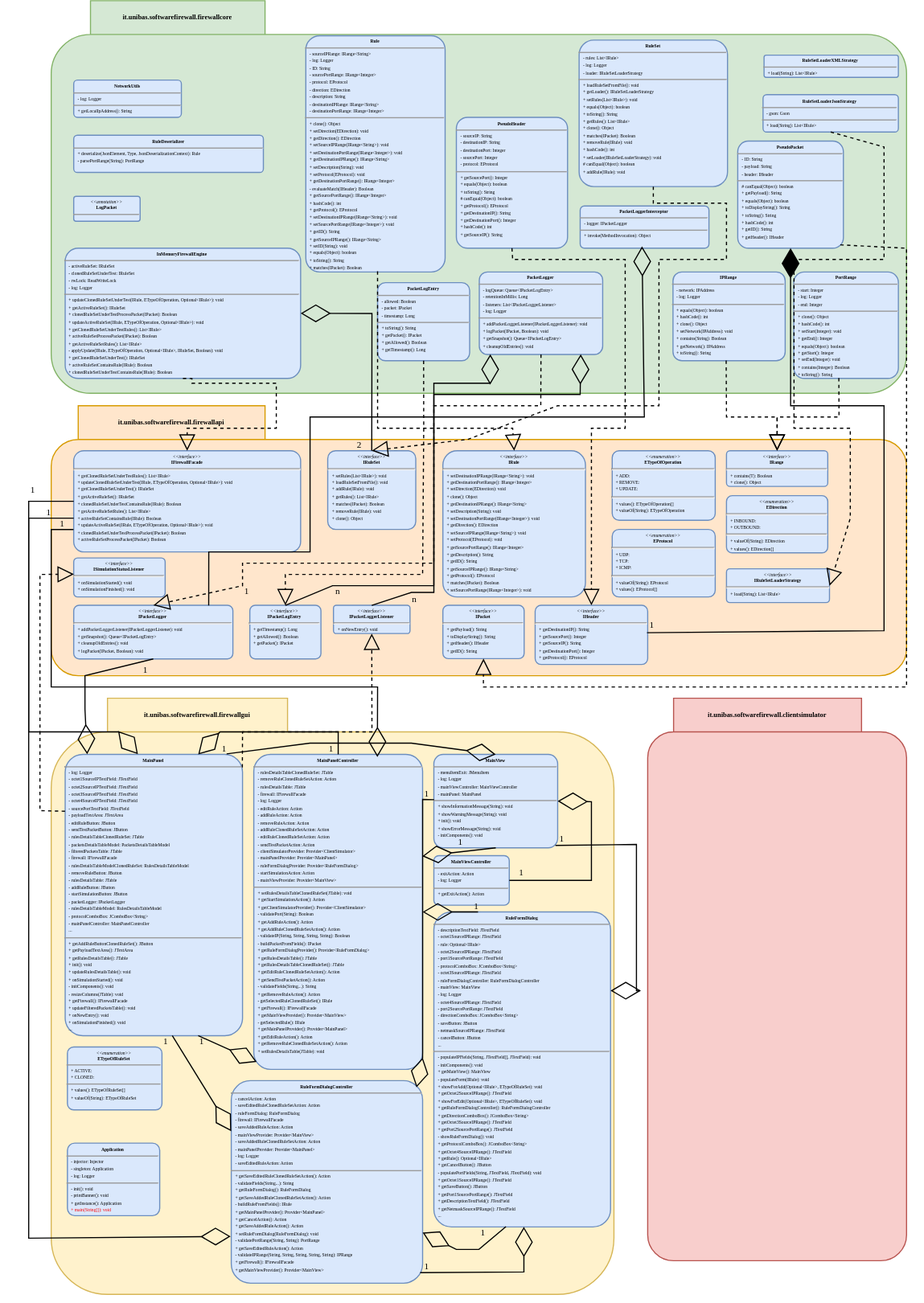
NabboGamer/ASFJ keeps this draw.io diagram as doc/UML/svg/ASFJ.drawio.svg. Above is the earlier version. Source tidied: cells renumbered, new cells last; positions are measured from the earlier drawing's top-left corner, leaving out a move shared by most shapes.
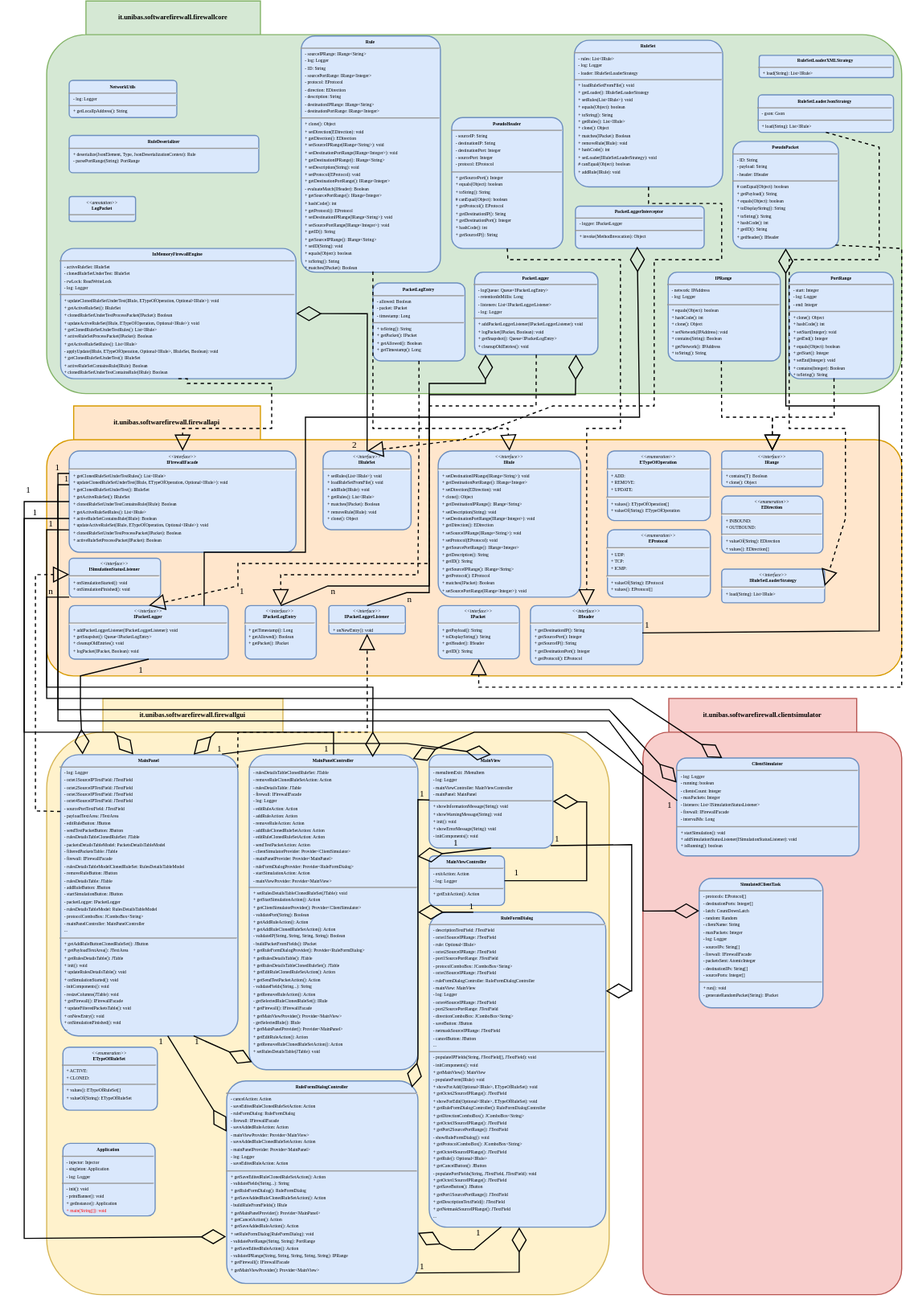
Later version of the same file.

Commit message:
αdocs: terminato diagramma delle classi

Diff of the diagram source:
```diff
@@ -71,4 +71,13 @@
     <mxCell id="24" value="&lt;div style=&quot;text-align: center;&quot;&gt;&lt;font face=&quot;Jetbrains Mono&quot;&gt;&lt;span style=&quot;font-size: 8px;&quot;&gt;1&lt;/span&gt;&lt;/font&gt;&lt;/div&gt;" style="text;whiteSpace=wrap;html=1;" parent="2" vertex="1">
-      <mxGeometry x="6.4" y="90" width="13.6" height="20" as="geometry" />
+      <mxGeometry y="90" width="13.6" height="20" as="geometry" />
     </mxCell>
+    <mxCell id="97" value="&lt;div style=&quot;text-align: center;&quot;&gt;&lt;font face=&quot;Jetbrains Mono&quot;&gt;&lt;span style=&quot;font-size: 8px;&quot;&gt;n&lt;/span&gt;&lt;/font&gt;&lt;/div&gt;" style="text;whiteSpace=wrap;html=1;" parent="2" vertex="1">
+      <mxGeometry y="150" width="13.6" height="20" as="geometry" />
+    </mxCell>
+    <mxCell id="98" value="&lt;div style=&quot;text-align: center;&quot;&gt;&lt;font face=&quot;Jetbrains Mono&quot;&gt;&lt;span style=&quot;font-size: 8px;&quot;&gt;1&lt;/span&gt;&lt;/font&gt;&lt;/div&gt;" style="text;whiteSpace=wrap;html=1;" parent="2" vertex="1">
+      <mxGeometry x="6.4" y="40" width="13.6" height="20" as="geometry" />
+    </mxCell>
+    <mxCell id="99" value="&lt;div style=&quot;text-align: center;&quot;&gt;&lt;font face=&quot;Jetbrains Mono&quot;&gt;&lt;span style=&quot;font-size: 8px;&quot;&gt;1&lt;/span&gt;&lt;/font&gt;&lt;/div&gt;" style="text;whiteSpace=wrap;html=1;" parent="2" vertex="1">
+      <mxGeometry x="13.6" y="50" width="13.6" height="20" as="geometry" />
+    </mxCell>
     <mxCell id="25" value="&lt;font&gt;it.unibas.softwarefirewall.firewallcore&lt;/font&gt;" style="shape=folder;fontStyle=1;tabWidth=190;tabHeight=30;tabPosition=left;html=1;boundedLbl=1;labelInHeader=1;whiteSpace=wrap;rounded=1;shadow=0;fillColor=#d5e8d4;strokeColor=#82b366;fontFamily=Jetbrains Mono;fontSize=6;" parent="1" vertex="1">
@@ -154,3 +163,3 @@
     </mxCell>
-    <mxCell id="52" style="endArrow=diamondThin;endFill=0;endSize=24;html=1;rounded=0;exitX=0.5;exitY=0;exitDx=0;exitDy=0;entryX=0.75;entryY=0;entryDx=0;entryDy=0;" parent="41" edge="1" source="43" target="42">
+    <mxCell id="52" style="endArrow=diamondThin;endFill=0;endSize=20;html=1;rounded=0;exitX=0.5;exitY=0;exitDx=0;exitDy=0;entryX=0.75;entryY=0;entryDx=0;entryDy=0;" parent="41" edge="1" source="43" target="42">
       <mxGeometry relative="1" as="geometry">
@@ -162,3 +171,3 @@
     </mxCell>
-    <mxCell id="53" style="endArrow=diamondThin;endFill=0;endSize=24;html=1;rounded=0;exitX=1;exitY=0.5;exitDx=0;exitDy=0;entryX=1;entryY=0.5;entryDx=0;entryDy=0;" parent="41" edge="1" source="45" target="44">
+    <mxCell id="53" style="endArrow=diamondThin;endFill=0;endSize=20;html=1;rounded=0;exitX=1;exitY=0.5;exitDx=0;exitDy=0;entryX=1;entryY=0.5;entryDx=0;entryDy=0;" parent="41" edge="1" source="45" target="44">
       <mxGeometry relative="1" as="geometry">
@@ -173,3 +182,3 @@
     </mxCell>
-    <mxCell id="55" style="endArrow=diamondThin;endFill=0;endSize=24;html=1;rounded=0;exitX=0.91;exitY=-0.002;exitDx=0;exitDy=0;exitPerimeter=0;entryX=0.5;entryY=0;entryDx=0;entryDy=0;" parent="41" edge="1" source="42" target="44">
+    <mxCell id="55" style="endArrow=diamondThin;endFill=0;endSize=20;html=1;rounded=0;exitX=0.91;exitY=-0.002;exitDx=0;exitDy=0;exitPerimeter=0;entryX=0.5;entryY=0;entryDx=0;entryDy=0;" parent="41" edge="1" source="42" target="44">
       <mxGeometry relative="1" as="geometry">
@@ -184,3 +193,3 @@
     </mxCell>
-    <mxCell id="57" style="endArrow=diamondThin;endFill=0;endSize=24;html=1;rounded=0;entryX=1;entryY=0.25;entryDx=0;entryDy=0;exitX=0.982;exitY=0.974;exitDx=0;exitDy=0;exitPerimeter=0;" parent="41" edge="1" source="44" target="47">
+    <mxCell id="57" style="endArrow=diamondThin;endFill=0;endSize=20;html=1;rounded=0;entryX=1;entryY=0.25;entryDx=0;entryDy=0;exitX=0.982;exitY=0.974;exitDx=0;exitDy=0;exitPerimeter=0;" parent="41" edge="1" source="44" target="47">
       <mxGeometry relative="1" as="geometry">
@@ -195,3 +204,3 @@
     </mxCell>
-    <mxCell id="59" style="endArrow=diamondThin;endFill=0;endSize=24;html=1;rounded=0;exitX=-0.214;exitY=1.034;exitDx=0;exitDy=0;exitPerimeter=0;entryX=0.968;entryY=0.976;entryDx=0;entryDy=0;entryPerimeter=0;" parent="41" edge="1" source="60">
+    <mxCell id="59" style="endArrow=diamondThin;endFill=0;endSize=20;html=1;rounded=0;exitX=-0.214;exitY=1.034;exitDx=0;exitDy=0;exitPerimeter=0;entryX=0.968;entryY=0.976;entryDx=0;entryDy=0;entryPerimeter=0;strokeColor=default;align=center;verticalAlign=middle;fontFamily=Helvetica;fontSize=11;fontColor=default;labelBackgroundColor=default;" parent="41" edge="1" source="60">
       <mxGeometry relative="1" as="geometry">
@@ -206,3 +215,3 @@
     </mxCell>
-    <mxCell id="61" style="endArrow=diamondThin;endFill=0;endSize=24;html=1;rounded=0;entryX=0.017;entryY=0.976;entryDx=0;entryDy=0;entryPerimeter=0;exitX=0.75;exitY=1;exitDx=0;exitDy=0;" parent="41" edge="1" source="42" target="43">
+    <mxCell id="61" style="endArrow=diamondThin;endFill=0;endSize=20;html=1;rounded=0;entryX=0.017;entryY=0.976;entryDx=0;entryDy=0;entryPerimeter=0;exitX=0.75;exitY=1;exitDx=0;exitDy=0;" parent="41" edge="1" source="42" target="43">
       <mxGeometry relative="1" as="geometry" />
@@ -212,3 +221,3 @@
     </mxCell>
-    <mxCell id="63" style="endArrow=diamondThin;endFill=0;endSize=24;html=1;rounded=0;entryX=0.998;entryY=0.323;entryDx=0;entryDy=0;exitX=0.5;exitY=1;exitDx=0;exitDy=0;entryPerimeter=0;" parent="41" edge="1" source="44" target="43">
+    <mxCell id="63" style="endArrow=diamondThin;endFill=0;endSize=20;html=1;rounded=0;entryX=0.998;entryY=0.323;entryDx=0;entryDy=0;exitX=0.5;exitY=1;exitDx=0;exitDy=0;entryPerimeter=0;" parent="41" edge="1" source="44" target="43">
       <mxGeometry relative="1" as="geometry" />
@@ -218,3 +227,3 @@
     </mxCell>
-    <mxCell id="65" style="endArrow=diamondThin;endFill=0;endSize=24;html=1;rounded=0;entryX=1;entryY=0.5;entryDx=0;entryDy=0;exitX=0.25;exitY=0;exitDx=0;exitDy=0;" parent="41" edge="1" source="47" target="43">
+    <mxCell id="65" style="endArrow=diamondThin;endFill=0;endSize=20;html=1;rounded=0;entryX=1;entryY=0.5;entryDx=0;entryDy=0;exitX=0.25;exitY=0;exitDx=0;exitDy=0;" parent="41" edge="1" source="47" target="43">
       <mxGeometry relative="1" as="geometry" />
@@ -224,3 +233,3 @@
     </mxCell>
-    <mxCell id="67" style="endArrow=diamondThin;endFill=0;endSize=24;html=1;rounded=0;entryX=0;entryY=0.25;entryDx=0;entryDy=0;exitX=0.604;exitY=1;exitDx=0;exitDy=0;exitPerimeter=0;" parent="41" edge="1" source="42" target="48">
+    <mxCell id="67" style="endArrow=diamondThin;endFill=0;endSize=20;html=1;rounded=0;entryX=0;entryY=0.25;entryDx=0;entryDy=0;exitX=0.604;exitY=1;exitDx=0;exitDy=0;exitPerimeter=0;strokeColor=default;align=center;verticalAlign=middle;fontFamily=Helvetica;fontSize=11;fontColor=default;labelBackgroundColor=default;" parent="41" edge="1" source="42" target="48">
       <mxGeometry relative="1" as="geometry" />
@@ -230,3 +239,3 @@
     </mxCell>
-    <mxCell id="69" style="endArrow=diamondThin;endFill=0;endSize=24;html=1;rounded=0;entryX=0.968;entryY=0.033;entryDx=0;entryDy=0;exitX=0.002;exitY=0.485;exitDx=0;exitDy=0;entryPerimeter=0;exitPerimeter=0;" parent="41" edge="1" source="44" target="48">
+    <mxCell id="69" style="endArrow=diamondThin;endFill=0;endSize=20;html=1;rounded=0;entryX=0.968;entryY=0.033;entryDx=0;entryDy=0;exitX=0.002;exitY=0.485;exitDx=0;exitDy=0;entryPerimeter=0;exitPerimeter=0;strokeColor=default;align=center;verticalAlign=middle;fontFamily=Helvetica;fontSize=11;fontColor=default;labelBackgroundColor=default;" parent="41" edge="1" source="44" target="48">
       <mxGeometry relative="1" as="geometry">
@@ -241,3 +250,3 @@
     </mxCell>
-    <mxCell id="71" style="endArrow=diamondThin;endFill=0;endSize=24;html=1;rounded=0;entryX=1;entryY=0.75;entryDx=0;entryDy=0;exitX=0.408;exitY=0.999;exitDx=0;exitDy=0;exitPerimeter=0;" parent="41" edge="1" source="47" target="48">
+    <mxCell id="71" style="endArrow=diamondThin;endFill=0;endSize=20;html=1;rounded=0;entryX=1;entryY=0.75;entryDx=0;entryDy=0;exitX=0.408;exitY=0.999;exitDx=0;exitDy=0;exitPerimeter=0;strokeColor=default;align=center;verticalAlign=middle;fontFamily=Helvetica;fontSize=11;fontColor=default;labelBackgroundColor=default;" parent="41" edge="1" source="47" target="48">
       <mxGeometry relative="1" as="geometry">
@@ -253,4 +262,13 @@
     <mxCell id="73" value="&lt;font&gt;it.unibas.softwarefirewall.clientsimulator&lt;/font&gt;" style="shape=folder;fontStyle=1;tabWidth=190;tabHeight=30;tabPosition=left;html=1;boundedLbl=1;labelInHeader=1;whiteSpace=wrap;rounded=1;shadow=0;fillColor=#f8cecc;strokeColor=#b85450;fontFamily=Jetbrains Mono;fontSize=6;" parent="1" vertex="1">
-      <mxGeometry x="550" y="620" width="230" height="500" as="geometry" />
+      <mxGeometry x="550" y="620" width="230" height="530" as="geometry" />
     </mxCell>
+    <mxCell id="100" value="&lt;p style=&quot;margin:0px;margin-top:4px;text-align:center;&quot;&gt;&lt;b&gt;ClientSimulator&lt;/b&gt;&lt;/p&gt;&lt;hr size=&quot;1&quot;/&gt;&lt;p style=&quot;margin:0 0 0 4px;line-height:1.6;&quot;&gt;- log: Logger&lt;br/&gt;- running: boolean&lt;br/&gt;- clientsCount: Integer&lt;br/&gt;- maxPackets: Integer&lt;br/&gt;- listeners: List&amp;lt;ISimulationStatusListener&amp;gt;&lt;br/&gt;- firewall: IFirewallFacade&lt;br/&gt;- intervalMs: Long&lt;/p&gt;&lt;hr size=&quot;1&quot;/&gt;&lt;p style=&quot;margin:0 0 0 4px;line-height:1.6;&quot;&gt;+ startSimulation(): void&lt;br/&gt;+ addSimulationStatusListener(ISimulationStatusListener): void&lt;br/&gt;+ isRunning(): boolean&lt;/p&gt;" style="verticalAlign=top;align=left;overflow=fill;fontSize=4;fontFamily=Jetbrains Mono;html=1;rounded=1;shadow=0;comic=0;labelBackgroundColor=none;strokeWidth=1;strokeColor=#6c8ebf;arcSize=10;fontColor=default;fillColor=#dae8fc;" parent="73" vertex="1">
+      <mxGeometry x="30" y="53" width="162" height="87" as="geometry" />
+    </mxCell>
+    <mxCell id="101" value="&lt;p style=&quot;margin:0px;margin-top:4px;text-align:center;&quot;&gt;&lt;b&gt;SimulatedClientTask&lt;/b&gt;&lt;/p&gt;&lt;hr size=&quot;1&quot;/&gt;&lt;p style=&quot;margin:0 0 0 4px;line-height:1.6;&quot;&gt;- protocols: EProtocol[]&lt;br/&gt;- destinationPorts: Integer[]&lt;br/&gt;- latch: CountDownLatch&lt;br/&gt;- random: Random&lt;br/&gt;- clientName: String&lt;br/&gt;- maxPackets: Integer&lt;br/&gt;- log: Logger&lt;br/&gt;- sourceIPs: String[]&lt;br/&gt;- firewall: IFirewallFacade&lt;br/&gt;- packetsSent: AtomicInteger&lt;br/&gt;- destinationIPs: String[]&lt;br/&gt;- sourcePorts: Integer[]&lt;/p&gt;&lt;hr size=&quot;1&quot;/&gt;&lt;p style=&quot;margin:0 0 0 4px;line-height:1.6;&quot;&gt;+ run(): void&lt;br/&gt;- generateRandomPacket(String): IPacket&lt;/p&gt;" style="verticalAlign=top;align=left;overflow=fill;fontSize=4;fontFamily=Jetbrains Mono;html=1;rounded=1;shadow=0;comic=0;labelBackgroundColor=none;strokeWidth=1;strokeColor=#6c8ebf;arcSize=10;fontColor=default;fillColor=#dae8fc;" parent="73" vertex="1">
+      <mxGeometry x="50" y="160" width="110" height="115" as="geometry" />
+    </mxCell>
+    <mxCell id="102" value="&lt;div style=&quot;text-align: center;&quot;&gt;&lt;font face=&quot;Jetbrains Mono&quot;&gt;&lt;span style=&quot;font-size: 8px;&quot;&gt;1&lt;/span&gt;&lt;/font&gt;&lt;/div&gt;" style="text;whiteSpace=wrap;html=1;" parent="73" vertex="1">
+      <mxGeometry x="20" y="80" width="10" height="20" as="geometry" />
+    </mxCell>
     <mxCell id="74" style="endArrow=block;dashed=1;endFill=0;endSize=12;html=1;rounded=0;entryX=0.5;entryY=0;entryDx=0;entryDy=0;exitX=0.5;exitY=1;exitDx=0;exitDy=0;edgeStyle=orthogonalEdgeStyle;" parent="1" edge="1" source="28" target="8">
@@ -265,3 +283,3 @@
     </mxCell>
-    <mxCell id="75" style="endArrow=diamondThin;endFill=0;endSize=24;html=1;rounded=0;entryX=1;entryY=0.5;entryDx=0;entryDy=0;exitX=0.5;exitY=0;exitDx=0;exitDy=0;" parent="1" edge="1" source="6" target="28">
+    <mxCell id="75" style="endArrow=diamondThin;endFill=0;endSize=20;html=1;rounded=0;entryX=1;entryY=0.5;entryDx=0;entryDy=0;exitX=0.5;exitY=0;exitDx=0;exitDy=0;" parent="1" edge="1" source="6" target="28">
       <mxGeometry relative="1" as="geometry">
@@ -360,3 +378,3 @@
     </mxCell>
-    <mxCell id="85" style="endArrow=diamondThin;endFill=0;endSize=24;html=1;rounded=0;entryX=0.41;entryY=-0.001;entryDx=0;entryDy=0;entryPerimeter=0;exitX=0;exitY=0.5;exitDx=0;exitDy=0;" parent="1" edge="1" source="8" target="42">
+    <mxCell id="85" style="endArrow=diamondThin;endFill=0;endSize=20;html=1;rounded=0;entryX=0.41;entryY=-0.001;entryDx=0;entryDy=0;entryPerimeter=0;exitX=0;exitY=0.5;exitDx=0;exitDy=0;" parent="1" edge="1" source="8" target="42">
       <mxGeometry relative="1" as="geometry">
@@ -372,3 +390,3 @@
     </mxCell>
-    <mxCell id="87" style="endArrow=diamondThin;endFill=0;endSize=24;html=1;rounded=0;entryX=0.124;entryY=-0.001;entryDx=0;entryDy=0;exitX=0.5;exitY=1;exitDx=0;exitDy=0;entryPerimeter=0;" parent="1" edge="1" source="13" target="42">
+    <mxCell id="87" style="endArrow=diamondThin;endFill=0;endSize=20;html=1;rounded=0;entryX=0.124;entryY=-0.001;entryDx=0;entryDy=0;exitX=0.5;exitY=1;exitDx=0;exitDy=0;entryPerimeter=0;" parent="1" edge="1" source="13" target="42">
       <mxGeometry relative="1" as="geometry">
@@ -396,3 +414,3 @@
     </mxCell>
-    <mxCell id="90" style="endArrow=diamondThin;endFill=0;endSize=24;html=1;rounded=0;entryX=0.48;entryY=0.956;entryDx=0;entryDy=0;entryPerimeter=0;exitX=0.848;exitY=0.002;exitDx=0;exitDy=0;exitPerimeter=0;" parent="1" edge="1" source="13" target="33">
+    <mxCell id="90" style="endArrow=diamondThin;endFill=0;endSize=20;html=1;rounded=0;entryX=0.48;entryY=0.956;entryDx=0;entryDy=0;entryPerimeter=0;exitX=0.848;exitY=0.002;exitDx=0;exitDy=0;exitPerimeter=0;" parent="1" edge="1" source="13" target="33">
       <mxGeometry relative="1" as="geometry">
@@ -406,3 +424,3 @@
     </mxCell>
-    <mxCell id="91" style="endArrow=diamondThin;endFill=0;endSize=24;html=1;rounded=0;exitX=0.5;exitY=0;exitDx=0;exitDy=0;entryX=0.822;entryY=0.997;entryDx=0;entryDy=0;entryPerimeter=0;" parent="1" edge="1" source="15" target="32">
+    <mxCell id="91" style="endArrow=diamondThin;endFill=0;endSize=20;html=1;rounded=0;exitX=0.5;exitY=0;exitDx=0;exitDy=0;entryX=0.822;entryY=0.997;entryDx=0;entryDy=0;entryPerimeter=0;" parent="1" edge="1" source="15" target="32">
       <mxGeometry relative="1" as="geometry">
@@ -416,3 +434,3 @@
     </mxCell>
-    <mxCell id="92" style="endArrow=diamondThin;endFill=0;endSize=24;html=1;rounded=0;exitX=0.5;exitY=0;exitDx=0;exitDy=0;entryX=0.089;entryY=0.997;entryDx=0;entryDy=0;entryPerimeter=0;" parent="1" edge="1" source="14" target="32">
+    <mxCell id="92" style="endArrow=diamondThin;endFill=0;endSize=20;html=1;rounded=0;exitX=0.5;exitY=0;exitDx=0;exitDy=0;entryX=0.089;entryY=0.997;entryDx=0;entryDy=0;entryPerimeter=0;" parent="1" edge="1" source="14" target="32">
       <mxGeometry relative="1" as="geometry">
@@ -426,3 +444,3 @@
     </mxCell>
-    <mxCell id="93" style="endArrow=diamondThin;endFill=1;endSize=24;html=1;rounded=0;exitX=0.994;exitY=0.463;exitDx=0;exitDy=0;entryX=0.5;entryY=1;entryDx=0;entryDy=0;exitPerimeter=0;" parent="1" edge="1" source="17" target="26">
+    <mxCell id="93" style="endArrow=diamondThin;endFill=0;endSize=20;html=1;rounded=0;exitX=0.994;exitY=0.463;exitDx=0;exitDy=0;entryX=0.5;entryY=1;entryDx=0;entryDy=0;exitPerimeter=0;" parent="1" edge="1" source="17" target="26">
       <mxGeometry relative="1" as="geometry">
@@ -435,3 +453,3 @@
     </mxCell>
-    <mxCell id="94" style="endArrow=diamondThin;endFill=0;endSize=24;html=1;rounded=0;entryX=0.732;entryY=0.008;entryDx=0;entryDy=0;exitX=-0.001;exitY=0.779;exitDx=0;exitDy=0;entryPerimeter=0;exitPerimeter=0;" parent="1" edge="1" source="8" target="43">
+    <mxCell id="94" style="endArrow=diamondThin;endFill=0;endSize=20;html=1;rounded=0;entryX=0.732;entryY=0.008;entryDx=0;entryDy=0;exitX=-0.001;exitY=0.779;exitDx=0;exitDy=0;entryPerimeter=0;exitPerimeter=0;" parent="1" edge="1" source="8" target="43">
       <mxGeometry relative="1" as="geometry">
@@ -444,3 +462,3 @@
     </mxCell>
-    <mxCell id="95" style="endArrow=diamondThin;endFill=0;endSize=24;html=1;rounded=0;entryX=-0.003;entryY=0.769;entryDx=0;entryDy=0;entryPerimeter=0;exitX=1;exitY=0.5;exitDx=0;exitDy=0;" parent="1" edge="1" source="24" target="48">
+    <mxCell id="95" style="endArrow=diamondThin;endFill=0;endSize=20;html=1;rounded=0;entryX=-0.003;entryY=0.769;entryDx=0;entryDy=0;entryPerimeter=0;exitX=0;exitY=0.667;exitDx=0;exitDy=0;exitPerimeter=0;strokeColor=default;align=center;verticalAlign=middle;fontFamily=Helvetica;fontSize=11;fontColor=default;labelBackgroundColor=default;" parent="1" edge="1" source="8" target="48">
       <mxGeometry relative="1" as="geometry">
@@ -453,4 +471,43 @@
     <mxCell id="96" value="&lt;div style=&quot;text-align: center;&quot;&gt;&lt;font face=&quot;Jetbrains Mono&quot;&gt;&lt;span style=&quot;font-size: 8px;&quot;&gt;1&lt;/span&gt;&lt;/font&gt;&lt;/div&gt;" style="text;whiteSpace=wrap;html=1;" parent="1" vertex="1">
-      <mxGeometry x="13.6" y="440" width="13.6" height="20" as="geometry" />
+      <mxGeometry x="6.4" y="440" width="13.6" height="20" as="geometry" />
     </mxCell>
+    <mxCell id="103" style="endArrow=diamondThin;endFill=0;endSize=20;html=1;rounded=0;entryX=0.25;entryY=0;entryDx=0;entryDy=0;exitX=0;exitY=1;exitDx=0;exitDy=0;" parent="1" edge="1" source="9" target="100">
+      <mxGeometry relative="1" as="geometry">
+        <Array as="points">
+          <mxPoint x="20" y="530" />
+          <mxPoint x="20" y="620" />
+          <mxPoint x="330" y="620" />
+          <mxPoint x="540" y="620" />
+        </Array>
+      </mxGeometry>
+    </mxCell>
+    <mxCell id="104" style="endArrow=diamondThin;endFill=0;endSize=20;html=1;rounded=0;entryX=0;entryY=0.25;entryDx=0;entryDy=0;exitX=0;exitY=0.222;exitDx=0;exitDy=0;exitPerimeter=0;" parent="1" edge="1" source="8" target="100">
+      <mxGeometry relative="1" as="geometry">
+        <Array as="points">
+          <mxPoint x="30" y="420" />
+          <mxPoint x="30" y="630" />
+          <mxPoint x="520" y="630" />
+        </Array>
+      </mxGeometry>
+    </mxCell>
+    <mxCell id="105" style="endArrow=diamondThin;endFill=0;endSize=20;html=1;rounded=0;entryX=0;entryY=0.25;entryDx=0;entryDy=0;exitX=0;exitY=0.222;exitDx=0;exitDy=0;exitPerimeter=0;" parent="1" edge="1" target="101">
+      <mxGeometry relative="1" as="geometry">
+        <mxPoint x="40" y="430" as="sourcePoint" />
+        <Array as="points">
+          <mxPoint x="30" y="430" />
+          <mxPoint x="30" y="640" />
+          <mxPoint x="520" y="640" />
+          <mxPoint x="550" y="680" />
+          <mxPoint x="550" y="809" />
+        </Array>
+      </mxGeometry>
+    </mxCell>
+    <mxCell id="106" style="endArrow=diamondThin;endFill=0;endSize=20;html=1;rounded=0;entryX=0.969;entryY=0.014;entryDx=0;entryDy=0;entryPerimeter=0;exitX=0.003;exitY=0.435;exitDx=0;exitDy=0;exitPerimeter=0;strokeColor=default;align=center;verticalAlign=middle;fontFamily=Helvetica;fontSize=11;fontColor=default;labelBackgroundColor=default;" parent="1" edge="1" source="100" target="43">
+      <mxGeometry relative="1" as="geometry">
+        <Array as="points">
+          <mxPoint x="500" y="650" />
+          <mxPoint x="400" y="650" />
+        </Array>
+      </mxGeometry>
+    </mxCell>
   </root>
```
